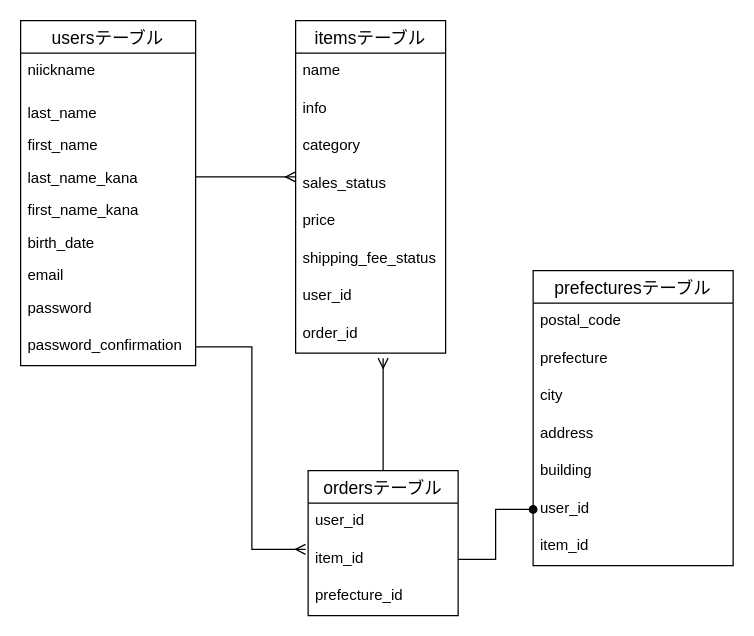
The draw.io diagram furima.dio in kim-shun/furima-35524, before the edit. Source tidied: cells renumbered, new cells numbered last; positions are measured from the earlier drawing's top-left corner, leaving out a move shared by most shapes. Both pictures are drawn from the tidied source at 125%, with x=0, y=0 at pixel (20, 20).
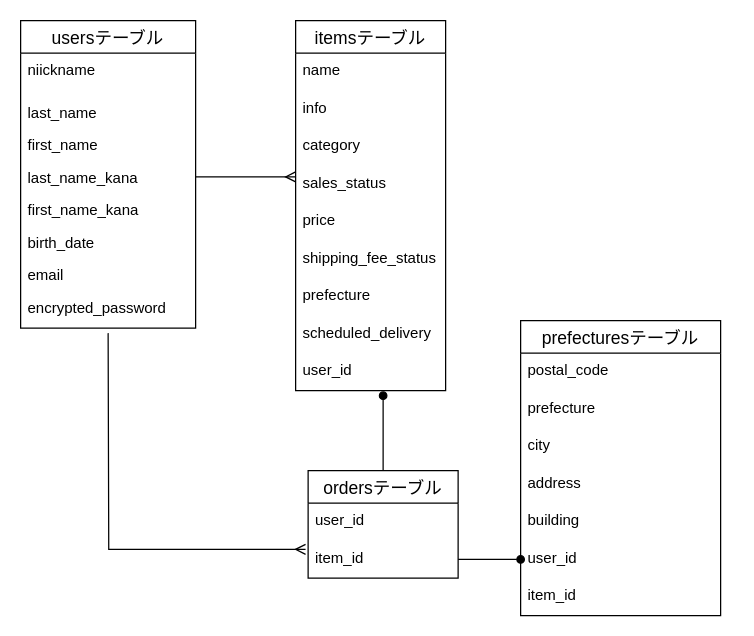
The same page after the edit.

Commit message (it also covers changes not shown here):
ER図とREADMEの修正

Unchanged cells that the change refers to:
```xml
<mxCell id="24" value="item_id" style="text;strokeColor=none;fillColor=none;spacingLeft=4;spacingRight=4;overflow=hidden;points=[[0,0.5],[1,0.5]];portConstraint=eastwest;fontSize=12;" parent="22" vertex="1">
  <mxGeometry y="56" width="120" height="30" as="geometry" />
</mxCell>
```

What changed in the source:
```diff
@@
     <mxCell id="2" value="usersテーブル" style="swimlane;fontStyle=0;horizontal=1;startSize=26;align=center;fontSize=14;" parent="1" vertex="1">
-      <mxGeometry width="140" height="276" as="geometry" />
+      <mxGeometry width="140" height="246" as="geometry" />
     </mxCell>
@@
-    <mxCell id="10" value="password" style="text;strokeColor=none;fillColor=none;spacingLeft=4;spacingRight=4;overflow=hidden;fontSize=12;" parent="2" vertex="1">
+    <mxCell id="10" value="encrypted_password" style="text;strokeColor=none;fillColor=none;spacingLeft=4;spacingRight=4;overflow=hidden;fontSize=12;" parent="2" vertex="1">
       <mxGeometry y="216" width="140" height="30" as="geometry" />
     </mxCell>
-    <mxCell id="11" value="password_confirmation" style="text;strokeColor=none;fillColor=none;spacingLeft=4;spacingRight=4;overflow=hidden;points=[[0,0.5],[1,0.5]];portConstraint=eastwest;fontSize=12;" parent="2" vertex="1">
-      <mxGeometry y="246" width="140" height="30" as="geometry" />
-    </mxCell>
     <mxCell id="12" value="itemsテーブル" style="swimlane;fontStyle=0;horizontal=1;startSize=26;align=center;fontSize=14;" parent="1" vertex="1">
-      <mxGeometry x="220" width="120" height="266" as="geometry" />
+      <mxGeometry x="220" width="120" height="296" as="geometry" />
     </mxCell>
@@
+    <mxCell id="37" value="prefecture" style="text;strokeColor=none;fillColor=none;spacingLeft=4;spacingRight=4;overflow=hidden;fontSize=12;" parent="12" vertex="1">
+      <mxGeometry y="206" width="120" height="30" as="geometry" />
+    </mxCell>
-    <mxCell id="19" value="user_id" style="text;strokeColor=none;fillColor=none;spacingLeft=4;spacingRight=4;overflow=hidden;fontSize=12;" parent="12" vertex="1">
-      <mxGeometry y="206" width="120" height="30" as="geometry" />
+    <mxCell id="19" value="scheduled_delivery" style="text;strokeColor=none;fillColor=none;spacingLeft=4;spacingRight=4;overflow=hidden;fontSize=12;" parent="12" vertex="1">
+      <mxGeometry y="236" width="120" height="30" as="geometry" />
     </mxCell>
-    <mxCell id="20" value="order_id" style="text;strokeColor=none;fillColor=none;spacingLeft=4;spacingRight=4;overflow=hidden;fontSize=12;" parent="12" vertex="1">
-      <mxGeometry y="236" width="120" height="30" as="geometry" />
+    <mxCell id="20" value="user_id" style="text;strokeColor=none;fillColor=none;spacingLeft=4;spacingRight=4;overflow=hidden;fontSize=12;" parent="12" vertex="1">
+      <mxGeometry y="266" width="120" height="30" as="geometry" />
     </mxCell>
-    <mxCell id="21" style="edgeStyle=orthogonalEdgeStyle;rounded=0;jettySize=auto;html=1;exitX=0.5;exitY=0;exitDx=0;exitDy=0;endArrow=ERmany;endFill=0;" parent="1" edge="1" source="22">
+    <mxCell id="21" style="edgeStyle=orthogonalEdgeStyle;rounded=0;jettySize=auto;html=1;exitX=0.5;exitY=0;exitDx=0;exitDy=0;endArrow=oval;endFill=1;" parent="1" edge="1" source="22">
       <mxGeometry relative="1" as="geometry">
-        <mxPoint x="290" y="270" as="targetPoint" />
+        <mxPoint x="290" y="300" as="targetPoint" />
       </mxGeometry>
     </mxCell>
     <mxCell id="22" value="ordersテーブル" style="swimlane;fontStyle=0;horizontal=1;startSize=26;align=center;fontSize=14;" parent="1" vertex="1">
-      <mxGeometry x="230" y="360" width="120" height="116" as="geometry" />
+      <mxGeometry x="230" y="360" width="120" height="86" as="geometry" />
     </mxCell>
@@
-    <mxCell id="25" value="prefecture_id" style="text;strokeColor=none;fillColor=none;spacingLeft=4;spacingRight=4;overflow=hidden;fontSize=12;" parent="22" vertex="1">
-      <mxGeometry y="86" width="120" height="30" as="geometry" />
-    </mxCell>
     <mxCell id="26" value="prefecturesテーブル" style="swimlane;fontStyle=0;horizontal=1;startSize=26;align=center;fontSize=14;" parent="1" vertex="1">
-      <mxGeometry x="410" y="200" width="160" height="236" as="geometry" />
+      <mxGeometry x="400" y="240" width="160" height="236" as="geometry" />
     </mxCell>
@@
-    <mxCell id="35" style="edgeStyle=orthogonalEdgeStyle;rounded=0;jettySize=auto;html=1;entryX=-0.017;entryY=0.233;entryDx=0;entryDy=0;entryPerimeter=0;endArrow=ERmany;endFill=0;" parent="1" edge="1" source="11" target="24">
-      <mxGeometry relative="1" as="geometry" />
+    <mxCell id="35" style="edgeStyle=orthogonalEdgeStyle;rounded=0;jettySize=auto;html=1;entryX=-0.017;entryY=0.233;entryDx=0;entryDy=0;entryPerimeter=0;endArrow=ERmany;endFill=0;" parent="1" edge="1" target="24">
+      <mxGeometry relative="1" as="geometry">
+        <mxPoint x="70" y="250" as="sourcePoint" />
+      </mxGeometry>
     </mxCell>
```
